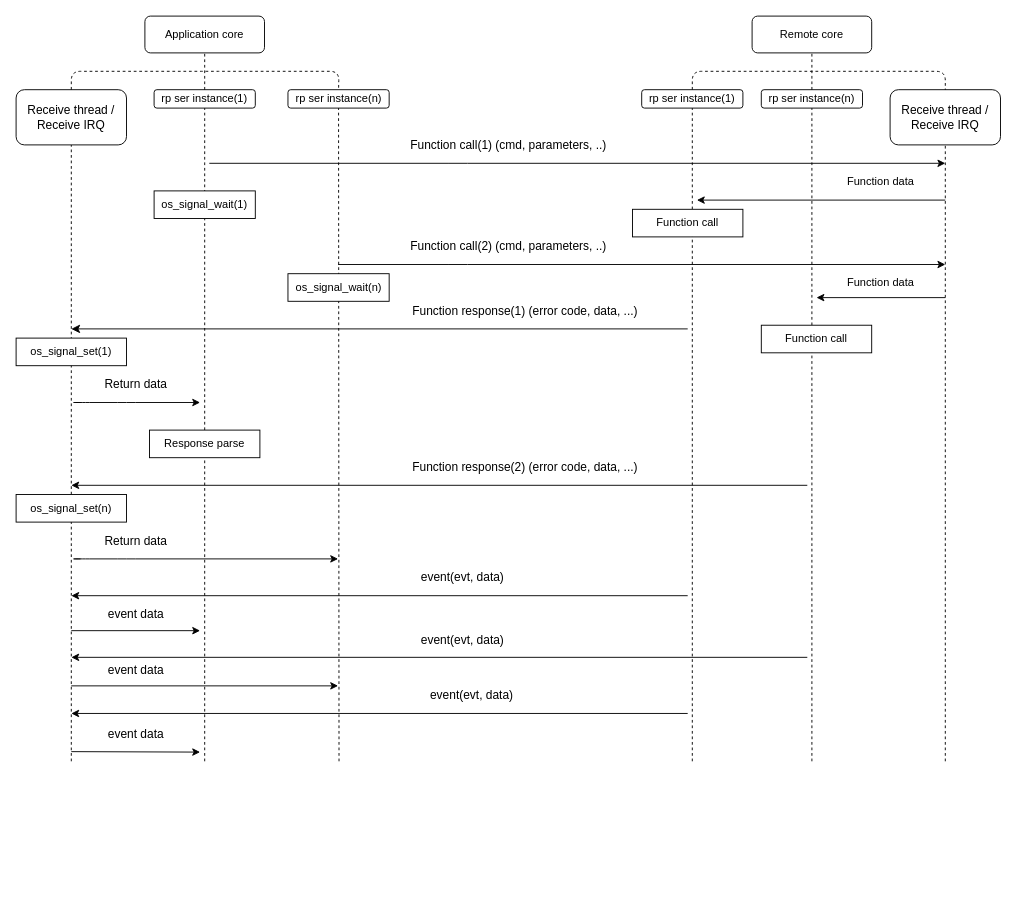
This is Serialization_chart.drawio from doki-nordic/draw.io, a draw.io file, before an edit. Source tidied: cells renumbered, new cells numbered last; positions are measured from the earlier drawing's top-left corner, leaving out a move shared by most shapes. Both pictures are drawn from the tidied source at 92%, with x=0, y=0 at pixel (16, 16).
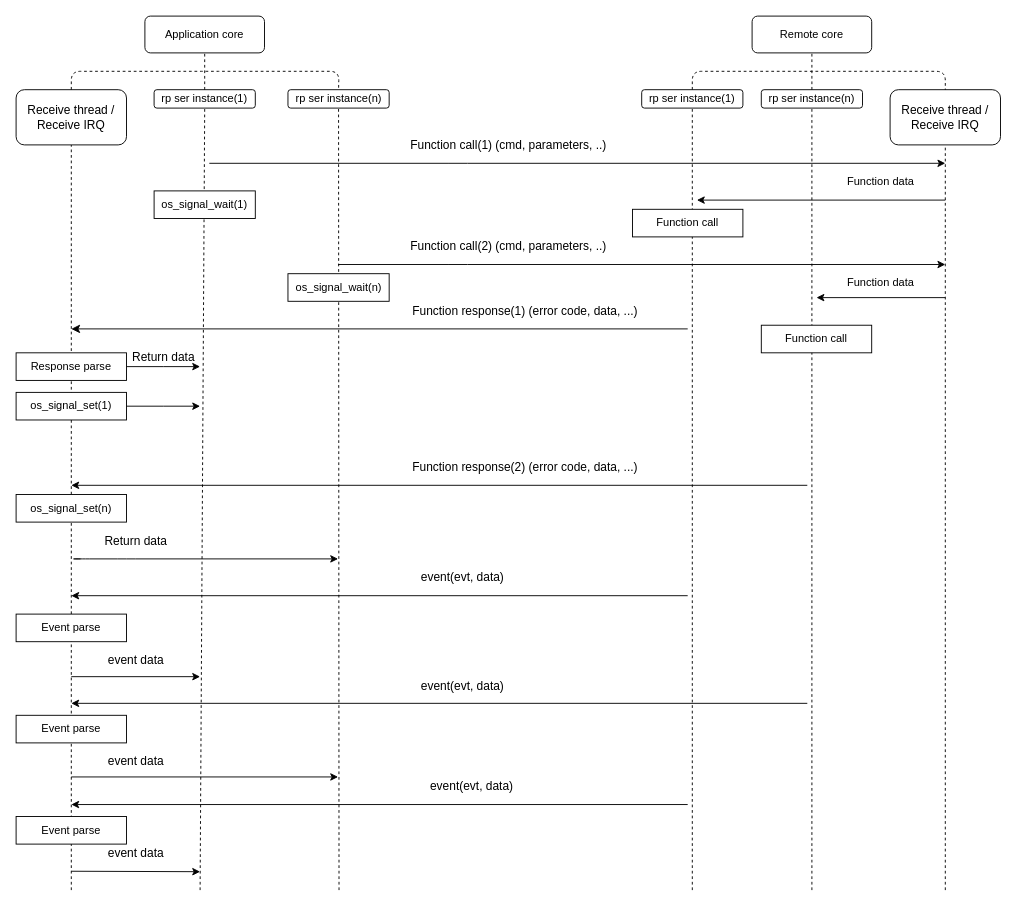
The same page after the edit.

Unchanged cells that the change refers to:
```xml
<mxCell id="25" value="rp ser instance(1)" style="rounded=1;whiteSpace=wrap;html=1;" parent="1" vertex="1">
  <mxGeometry x="680" y="80" width="110" height="20" as="geometry" />
</mxCell>
<mxCell id="27" value="rp ser instance(n)" style="rounded=1;whiteSpace=wrap;html=1;" parent="1" vertex="1">
  <mxGeometry x="810" y="80" width="110" height="20" as="geometry" />
</mxCell>
<mxCell id="36" value="rp ser instance(1)" style="rounded=1;whiteSpace=wrap;html=1;" parent="1" vertex="1">
  <mxGeometry x="150" y="80" width="110" height="20" as="geometry" />
</mxCell>
<mxCell id="37" value="rp ser instance(n)" style="rounded=1;whiteSpace=wrap;html=1;" parent="1" vertex="1">
  <mxGeometry x="295.5" y="80" width="110" height="20" as="geometry" />
</mxCell>
<mxCell id="38" value="os_signal_set(n)" style="rounded=0;whiteSpace=wrap;html=1;" parent="1" vertex="1">
  <mxGeometry y="520" width="120" height="30" as="geometry" />
</mxCell>
<mxCell id="48" value="&lt;div&gt;Receive thread /&lt;/div&gt;&lt;div&gt;Receive IRQ&lt;br&gt;&lt;/div&gt;" style="rounded=1;whiteSpace=wrap;html=1;fontSize=13;" parent="1" vertex="1">
  <mxGeometry x="950" y="80" width="120" height="60" as="geometry" />
</mxCell>
```

Change to the diagram source:
```diff
@@
     <mxCell id="7" style="endArrow=classic;html=1;" parent="1" edge="1">
       <mxGeometry relative="1" as="geometry">
-        <mxPoint x="860" y="697" as="sourcePoint" />
-        <mxPoint x="60" y="697" as="targetPoint" />
+        <mxPoint x="860" y="747" as="sourcePoint" />
+        <mxPoint x="60" y="747" as="targetPoint" />
       </mxGeometry>
     </mxCell>
     <mxCell id="8" style="endArrow=classic;html=1;" parent="1" edge="1">
       <mxGeometry relative="1" as="geometry">
-        <mxPoint x="730" y="758" as="sourcePoint" />
-        <mxPoint x="60" y="758" as="targetPoint" />
+        <mxPoint x="730" y="857" as="sourcePoint" />
+        <mxPoint x="60" y="857" as="targetPoint" />
       </mxGeometry>
     </mxCell>
@@
     <mxCell id="10" value="event(evt, data)" style="text;html=1;align=center;verticalAlign=middle;fontSize=13;" parent="1" vertex="1">
-      <mxGeometry x="430" y="668" width="110" height="20" as="geometry" />
+      <mxGeometry x="430" y="718" width="110" height="20" as="geometry" />
     </mxCell>
     <mxCell id="11" value="event(evt, data)" style="text;html=1;align=center;verticalAlign=middle;fontSize=13;" parent="1" vertex="1">
-      <mxGeometry x="440" y="728" width="110" height="20" as="geometry" />
+      <mxGeometry x="440" y="827" width="110" height="20" as="geometry" />
     </mxCell>
@@
+    <mxCell id="58" style="edgeStyle=orthogonalEdgeStyle;rounded=0;jettySize=auto;html=1;exitX=1;exitY=0.5;exitDx=0;exitDy=0;" parent="1" edge="1" source="13">
+      <mxGeometry relative="1" as="geometry">
+        <mxPoint x="200" y="424" as="targetPoint" />
+      </mxGeometry>
+    </mxCell>
     <mxCell id="13" value="os_signal_set(1)" style="rounded=0;whiteSpace=wrap;html=1;" parent="1" vertex="1">
-      <mxGeometry y="350" width="120" height="30" as="geometry" />
+      <mxGeometry y="409" width="120" height="30" as="geometry" />
     </mxCell>
@@
     <mxCell id="17" style="endArrow=classic;html=1;fontSize=13;" parent="1" edge="1">
       <mxGeometry relative="1" as="geometry">
-        <mxPoint x="60" y="668" as="sourcePoint" />
-        <mxPoint x="200" y="668" as="targetPoint" />
+        <mxPoint x="60" y="718" as="sourcePoint" />
+        <mxPoint x="200" y="718" as="targetPoint" />
       </mxGeometry>
     </mxCell>
     <mxCell id="18" style="endArrow=classic;html=1;fontSize=13;" parent="1" edge="1">
       <mxGeometry relative="1" as="geometry">
-        <mxPoint x="60" y="728" as="sourcePoint" />
-        <mxPoint x="350" y="728" as="targetPoint" />
+        <mxPoint x="60" y="827" as="sourcePoint" />
+        <mxPoint x="350" y="827" as="targetPoint" />
       </mxGeometry>
     </mxCell>
     <mxCell id="19" style="endArrow=classic;html=1;fontSize=13;" parent="1" edge="1">
       <mxGeometry relative="1" as="geometry">
-        <mxPoint x="60" y="799.5" as="sourcePoint" />
-        <mxPoint x="200" y="800" as="targetPoint" />
+        <mxPoint x="60" y="929.5" as="sourcePoint" />
+        <mxPoint x="200" y="930" as="targetPoint" />
       </mxGeometry>
     </mxCell>
     <mxCell id="20" value="event data" style="text;html=1;align=center;verticalAlign=middle;fontSize=13;" parent="1" vertex="1">
-      <mxGeometry x="90" y="640" width="80" height="20" as="geometry" />
+      <mxGeometry x="90" y="690" width="80" height="20" as="geometry" />
     </mxCell>
     <mxCell id="21" value="event data" style="text;html=1;align=center;verticalAlign=middle;fontSize=13;" parent="1" vertex="1">
-      <mxGeometry x="90" y="701" width="80" height="20" as="geometry" />
+      <mxGeometry x="90" y="800" width="80" height="20" as="geometry" />
     </mxCell>
     <mxCell id="22" value="event data" style="text;html=1;align=center;verticalAlign=middle;fontSize=13;" parent="1" vertex="1">
-      <mxGeometry x="90" y="770" width="80" height="20" as="geometry" />
+      <mxGeometry x="90" y="900" width="80" height="20" as="geometry" />
     </mxCell>
     <mxCell id="23" style="endArrow=none;dashed=1;html=1;entryX=0.5;entryY=1;entryDx=0;entryDy=0;" parent="1" edge="1" target="27">
       <mxGeometry relative="1" as="geometry">
-        <mxPoint x="865" y="810" as="sourcePoint" />
+        <mxPoint x="865" y="950" as="sourcePoint" />
       </mxGeometry>
     </mxCell>
     <mxCell id="24" style="endArrow=none;dashed=1;html=1;" parent="1" edge="1" target="25">
       <mxGeometry relative="1" as="geometry">
-        <mxPoint x="735" y="810" as="sourcePoint" />
+        <mxPoint x="735" y="950" as="sourcePoint" />
       </mxGeometry>
     </mxCell>
@@
     <mxCell id="39" style="endArrow=none;dashed=1;html=1;fontSize=13;entryX=0.5;entryY=1;entryDx=0;entryDy=0;" parent="1" edge="1" target="38">
       <mxGeometry relative="1" as="geometry">
-        <mxPoint x="60" y="810" as="sourcePoint" />
+        <mxPoint x="60" y="950" as="sourcePoint" />
       </mxGeometry>
     </mxCell>
-    <mxCell id="40" style="endArrow=none;dashed=1;html=1;entryX=0.5;entryY=1;entryDx=0;entryDy=0;" parent="1" edge="1" source="43" target="36">
-      <mxGeometry relative="1" as="geometry" />
+    <mxCell id="40" style="endArrow=none;dashed=1;html=1;entryX=0.5;entryY=1;entryDx=0;entryDy=0;" parent="1" edge="1" target="36">
+      <mxGeometry relative="1" as="geometry">
+        <mxPoint x="200" y="950" as="sourcePoint" />
+      </mxGeometry>
     </mxCell>
     <mxCell id="41" style="endArrow=none;dashed=1;html=1;entryX=0.5;entryY=1;entryDx=0;entryDy=0;" parent="1" edge="1" target="37">
       <mxGeometry relative="1" as="geometry">
-        <mxPoint x="351" y="810" as="sourcePoint" />
+        <mxPoint x="351" y="950" as="sourcePoint" />
       </mxGeometry>
     </mxCell>
@@
+    <mxCell id="59" style="edgeStyle=orthogonalEdgeStyle;rounded=0;jettySize=auto;html=1;exitX=1;exitY=0.5;exitDx=0;exitDy=0;" parent="1" edge="1" source="43">
+      <mxGeometry relative="1" as="geometry">
+        <mxPoint x="200" y="381" as="targetPoint" />
+      </mxGeometry>
+    </mxCell>
     <mxCell id="43" value="Response parse" style="rounded=0;whiteSpace=wrap;html=1;" parent="1" vertex="1">
-      <mxGeometry x="145" y="450" width="120" height="30" as="geometry" />
+      <mxGeometry y="366" width="120" height="30" as="geometry" />
     </mxCell>
-    <mxCell id="44" style="endArrow=none;dashed=1;html=1;entryX=0.5;entryY=1;entryDx=0;entryDy=0;" parent="1" edge="1" target="43">
-      <mxGeometry relative="1" as="geometry">
-        <mxPoint x="205" y="810" as="sourcePoint" />
-      </mxGeometry>
-    </mxCell>
-    <mxCell id="45" style="endArrow=classic;html=1;fontSize=13;" parent="1" edge="1">
-      <mxGeometry relative="1" as="geometry">
-        <mxPoint x="70" y="420" as="sourcePoint" />
-        <mxPoint x="200" y="420" as="targetPoint" />
-        <Array as="points">
-          <mxPoint x="60" y="420" />
-          <mxPoint x="70" y="420" />
-          <mxPoint x="120" y="420" />
-        </Array>
-      </mxGeometry>
-    </mxCell>
     <mxCell id="46" value="Return data" style="text;html=1;align=center;verticalAlign=middle;fontSize=13;" parent="1" vertex="1">
-      <mxGeometry x="90" y="390" width="80" height="20" as="geometry" />
+      <mxGeometry x="120" y="360" width="80" height="20" as="geometry" />
     </mxCell>
@@
     <mxCell id="49" style="endArrow=none;dashed=1;html=1;fontSize=13;entryX=0.5;entryY=1;entryDx=0;entryDy=0;" parent="1" edge="1" target="48">
       <mxGeometry relative="1" as="geometry">
-        <mxPoint x="1010" y="810" as="sourcePoint" />
+        <mxPoint x="1010" y="950" as="sourcePoint" />
       </mxGeometry>
     </mxCell>
@@
+    <mxCell id="60" value="Event parse" style="rounded=0;whiteSpace=wrap;html=1;" parent="1" vertex="1">
+      <mxGeometry y="650" width="120" height="30" as="geometry" />
+    </mxCell>
+    <mxCell id="61" value="Event parse" style="rounded=0;whiteSpace=wrap;html=1;" parent="1" vertex="1">
+      <mxGeometry y="760" width="120" height="30" as="geometry" />
+    </mxCell>
+    <mxCell id="62" value="Event parse" style="rounded=0;whiteSpace=wrap;html=1;" parent="1" vertex="1">
+      <mxGeometry y="870" width="120" height="30" as="geometry" />
+    </mxCell>
```
